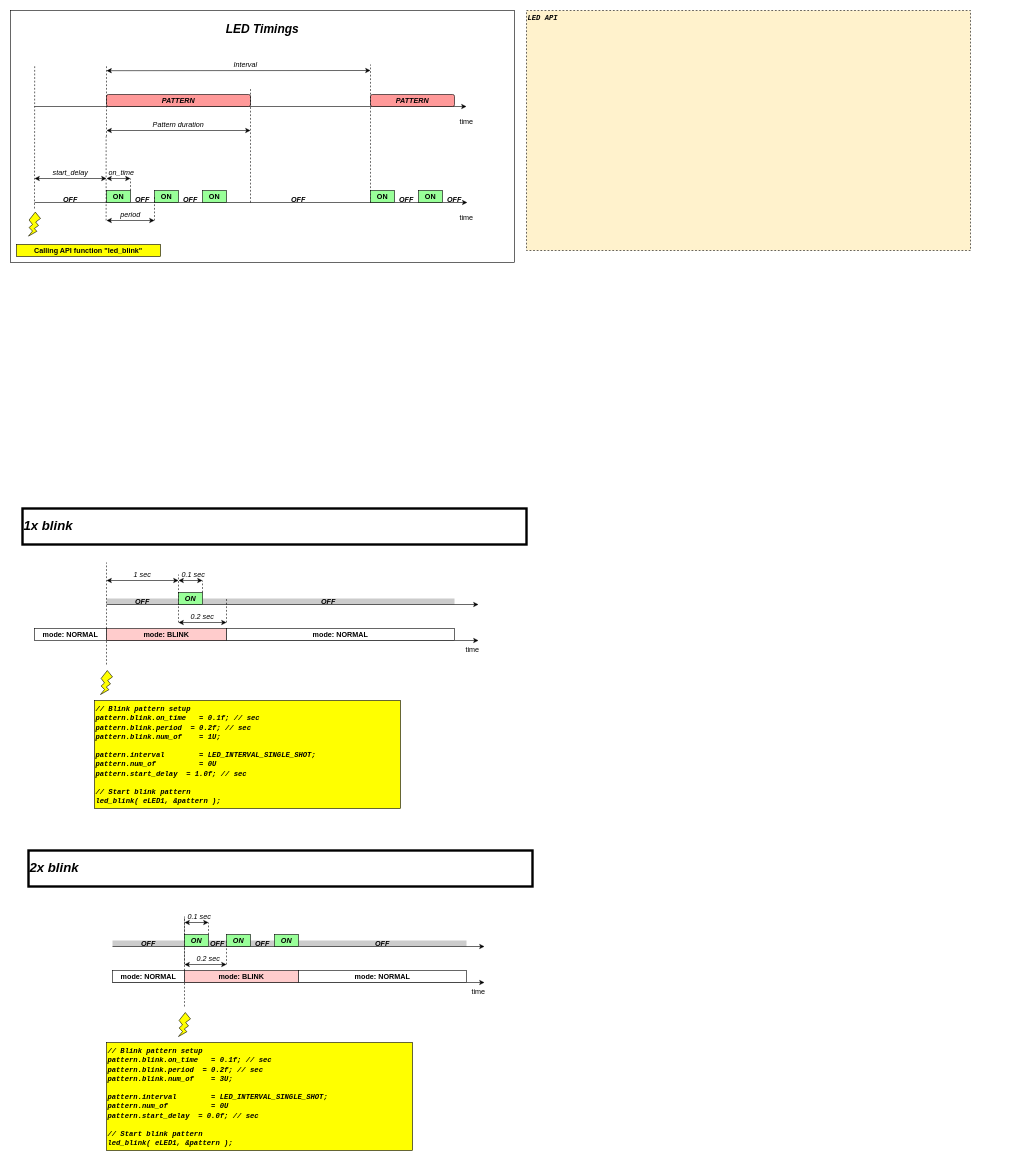
Before: doc/led_req.drawio in GeneralEmbeddedCLibraries/led, a draw.io diagram. Source tidied: cells renumbered, new cells numbered last; positions are measured from the earlier drawing's top-left corner, leaving out a move shared by most shapes. Both pictures are drawn from the tidied source at 60%, with x=0, y=0 at pixel (10, 10).
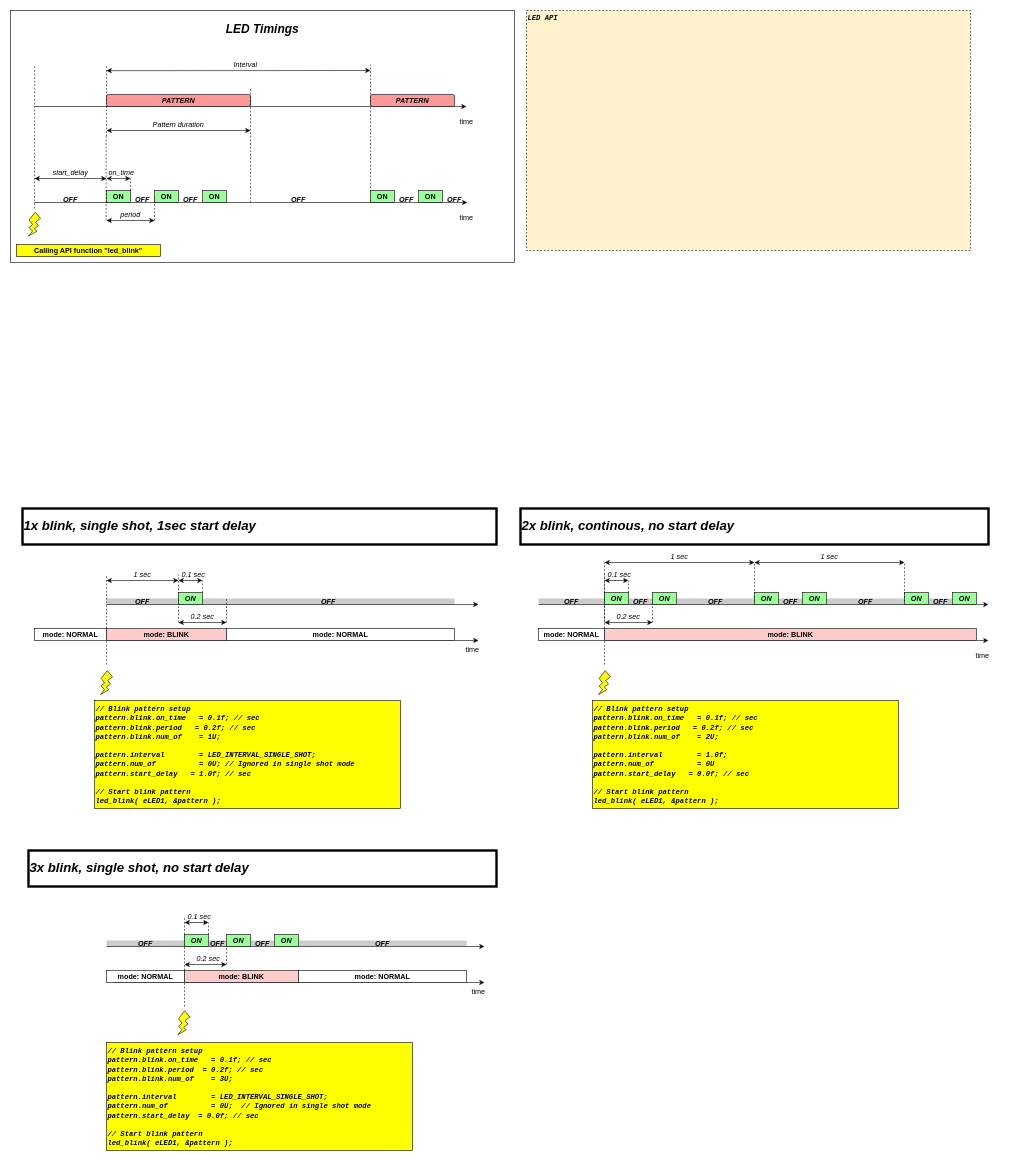
Above is the later version.

Commit message:
- added drawio concept of new LED implementation

What changed in the source:
```diff
@@
+    <mxCell id="87" value="&lt;b&gt;&lt;i&gt;OFF&lt;/i&gt;&lt;/b&gt;" style="text;html=1;strokeColor=none;fillColor=#CCCCCC;align=center;verticalAlign=middle;whiteSpace=wrap;rounded=0;" parent="1" vertex="1">
+      <mxGeometry x="1280" y="980" width="40" height="10" as="geometry" />
+    </mxCell>
+    <mxCell id="88" value="&lt;b&gt;&lt;i&gt;OFF&lt;/i&gt;&lt;/b&gt;" style="text;html=1;strokeColor=none;fillColor=#CCCCCC;align=center;verticalAlign=middle;whiteSpace=wrap;rounded=0;" parent="1" vertex="1">
+      <mxGeometry x="1360" y="980" width="130" height="10" as="geometry" />
+    </mxCell>
+    <mxCell id="89" value="&lt;b&gt;&lt;i&gt;OFF&lt;/i&gt;&lt;/b&gt;" style="text;html=1;strokeColor=none;fillColor=#CCCCCC;align=center;verticalAlign=middle;whiteSpace=wrap;rounded=0;" parent="1" vertex="1">
+      <mxGeometry x="1530" y="980" width="40" height="10" as="geometry" />
+    </mxCell>
+    <mxCell id="90" value="&lt;b&gt;&lt;i&gt;OFF&lt;/i&gt;&lt;/b&gt;" style="text;html=1;strokeColor=none;fillColor=#CCCCCC;align=center;verticalAlign=middle;whiteSpace=wrap;rounded=0;" parent="1" vertex="1">
+      <mxGeometry x="1030" y="980" width="40" height="10" as="geometry" />
+    </mxCell>
+    <mxCell id="91" value="&lt;b&gt;&lt;i&gt;OFF&lt;/i&gt;&lt;/b&gt;" style="text;html=1;strokeColor=none;fillColor=#CCCCCC;align=center;verticalAlign=middle;whiteSpace=wrap;rounded=0;" parent="1" vertex="1">
+      <mxGeometry x="1110" y="980" width="130" height="10" as="geometry" />
+    </mxCell>
     <mxCell id="2" value="&lt;b&gt;&lt;i&gt;OFF&lt;/i&gt;&lt;/b&gt;" style="text;html=1;strokeColor=none;fillColor=#CCCCCC;align=center;verticalAlign=middle;whiteSpace=wrap;rounded=0;" parent="1" vertex="1">
-      <mxGeometry x="170" y="1550" width="120" height="10" as="geometry" />
+      <mxGeometry x="160" y="1550" width="130" height="10" as="geometry" />
     </mxCell>
@@
     <mxCell id="55" style="endArrow=none;dashed=1;html=1;rounded=0;" parent="1" edge="1">
       <mxGeometry relative="1" as="geometry">
         <mxPoint x="160" y="1090" as="sourcePoint" />
-        <mxPoint x="160" y="920" as="targetPoint" />
+        <mxPoint x="160" y="940" as="targetPoint" />
       </mxGeometry>
     </mxCell>
-    <mxCell id="56" value="&lt;i&gt;&lt;font face=&quot;Courier New&quot;&gt;// Blink pattern setup&lt;br&gt;pattern.blink.on_time&amp;nbsp; &lt;span style=&quot;white-space: pre;&quot;&gt; &lt;/span&gt;= 0.1f;&lt;span style=&quot;&quot;&gt; &lt;/span&gt;// sec&lt;br&gt;pattern.blink.period &lt;span style=&quot;white-space: pre;&quot;&gt; &lt;/span&gt;= 0.2f;&lt;span style=&quot;&quot;&gt; &lt;/span&gt;// sec&lt;br&gt;pattern.blink.num_of&amp;nbsp; &amp;nbsp;&lt;span style=&quot;white-space: pre;&quot;&gt; &lt;/span&gt;= 1U;&lt;br&gt;&lt;br&gt;pattern.interval&amp;nbsp; &amp;nbsp; &amp;nbsp; &amp;nbsp; = LED_INTERVAL_SINGLE_SHOT;&lt;span style=&quot;&quot;&gt; &lt;/span&gt;&lt;br&gt;pattern.num_of&amp;nbsp; &amp;nbsp; &amp;nbsp; &amp;nbsp; &amp;nbsp; = 0U&lt;br&gt;pattern.start_delay&amp;nbsp;&lt;span style=&quot;white-space: pre;&quot;&gt; &lt;/span&gt;= 1.0f;&lt;span style=&quot;white-space: pre;&quot;&gt; &lt;/span&gt;// sec&lt;br&gt;&lt;br&gt;// Start blink pattern&lt;br&gt;led_blink( eLED1, &amp;amp;pattern );&lt;/font&gt;&lt;/i&gt;" style="text;html=1;strokeColor=default;fillColor=#FFFF00;align=left;verticalAlign=top;whiteSpace=wrap;rounded=0;strokeWidth=1;fontStyle=1;" parent="1" vertex="1">
+    <mxCell id="56" value="&lt;i&gt;&lt;font face=&quot;Courier New&quot;&gt;// Blink pattern setup&lt;br&gt;pattern.blink.on_time&amp;nbsp; &lt;span style=&quot;white-space: pre;&quot;&gt; &lt;/span&gt;= 0.1f;&lt;span style=&quot;&quot;&gt; &lt;/span&gt;// sec&lt;br&gt;pattern.blink.period &lt;span style=&quot;white-space: pre;&quot;&gt; &lt;span style=&quot;white-space: pre;&quot;&gt; &lt;/span&gt;&lt;/span&gt;= 0.2f;&lt;span style=&quot;&quot;&gt; &lt;/span&gt;// sec&lt;br&gt;pattern.blink.num_of&amp;nbsp; &amp;nbsp;&lt;span style=&quot;white-space: pre;&quot;&gt; &lt;/span&gt;= 1U;&lt;br&gt;&lt;br&gt;pattern.interval&amp;nbsp; &amp;nbsp; &amp;nbsp; &amp;nbsp; = LED_INTERVAL_SINGLE_SHOT;&lt;span style=&quot;&quot;&gt; &lt;/span&gt;&lt;br&gt;pattern.num_of&amp;nbsp; &amp;nbsp; &amp;nbsp; &amp;nbsp; &amp;nbsp; = 0U;&lt;span style=&quot;white-space: pre;&quot;&gt; &lt;/span&gt;// Ignored in single shot mode&lt;br&gt;pattern.start_delay&amp;nbsp;&lt;span style=&quot;white-space: pre;&quot;&gt; &lt;span style=&quot;white-space: pre;&quot;&gt; &lt;/span&gt;&lt;/span&gt;= 1.0f;&lt;span style=&quot;white-space: pre;&quot;&gt; &lt;/span&gt;// sec&lt;br&gt;&lt;br&gt;// Start blink pattern&lt;br&gt;led_blink( eLED1, &amp;amp;pattern );&lt;/font&gt;&lt;/i&gt;" style="text;html=1;strokeColor=default;fillColor=#FFFF00;align=left;verticalAlign=top;whiteSpace=wrap;rounded=0;strokeWidth=1;fontStyle=1;" parent="1" vertex="1">
       <mxGeometry x="140" y="1150" width="510" height="180" as="geometry" />
     </mxCell>
@@
-    <mxCell id="60" value="1x blink" style="text;html=1;strokeColor=default;fillColor=default;align=left;verticalAlign=middle;whiteSpace=wrap;rounded=0;fontStyle=3;fontSize=22;strokeWidth=4;" parent="1" vertex="1">
-      <mxGeometry x="20" y="830" width="840" height="60" as="geometry" />
+    <mxCell id="60" value="1x blink, single shot, 1sec start delay" style="text;html=1;strokeColor=default;fillColor=default;align=left;verticalAlign=middle;whiteSpace=wrap;rounded=0;fontStyle=3;fontSize=22;strokeWidth=4;" parent="1" vertex="1">
+      <mxGeometry x="20" y="830" width="790" height="60" as="geometry" />
     </mxCell>
@@
     <mxCell id="67" style="endArrow=classic;html=1;rounded=0;" parent="1" edge="1">
       <mxGeometry relative="1" as="geometry">
-        <mxPoint x="170" y="1560" as="sourcePoint" />
+        <mxPoint x="160" y="1560" as="sourcePoint" />
         <mxPoint x="790" y="1560" as="targetPoint" />
       </mxGeometry>
     </mxCell>
     <mxCell id="68" style="endArrow=none;dashed=1;html=1;rounded=0;" parent="1" edge="1">
       <mxGeometry relative="1" as="geometry">
-        <mxPoint x="290" y="1590" as="sourcePoint" />
+        <mxPoint x="290" y="1660" as="sourcePoint" />
         <mxPoint x="290" y="1510" as="targetPoint" />
       </mxGeometry>
     </mxCell>
@@
     <mxCell id="75" style="verticalLabelPosition=bottom;verticalAlign=top;html=1;shape=mxgraph.basic.flash;fillColor=#FFFF00;" parent="1" vertex="1">
-      <mxGeometry x="280" y="1670" width="20" height="40" as="geometry" />
+      <mxGeometry x="279" y="1667" width="20" height="40" as="geometry" />
     </mxCell>
-    <mxCell id="76" style="endArrow=none;dashed=1;html=1;rounded=0;" parent="1" edge="1">
-      <mxGeometry relative="1" as="geometry">
-        <mxPoint x="290" y="1660" as="sourcePoint" />
-        <mxPoint x="290" y="1510" as="targetPoint" />
-      </mxGeometry>
-    </mxCell>
-    <mxCell id="77" value="&lt;i&gt;&lt;font face=&quot;Courier New&quot;&gt;// Blink pattern setup&lt;br&gt;pattern.blink.on_time&amp;nbsp; &lt;span style=&quot;white-space: pre;&quot;&gt; &lt;/span&gt;= 0.1f;&lt;span style=&quot;&quot;&gt; &lt;/span&gt;// sec&lt;br&gt;pattern.blink.period &lt;span style=&quot;white-space: pre;&quot;&gt; &lt;/span&gt;= 0.2f;&lt;span style=&quot;&quot;&gt; &lt;/span&gt;// sec&lt;br&gt;pattern.blink.num_of&amp;nbsp; &amp;nbsp;&lt;span style=&quot;white-space: pre;&quot;&gt; &lt;/span&gt;= 3U;&lt;br&gt;&lt;br&gt;pattern.interval&amp;nbsp; &amp;nbsp; &amp;nbsp; &amp;nbsp; = LED_INTERVAL_SINGLE_SHOT;&lt;span style=&quot;&quot;&gt; &lt;/span&gt;&lt;br&gt;pattern.num_of&amp;nbsp; &amp;nbsp; &amp;nbsp; &amp;nbsp; &amp;nbsp; = 0U&lt;br&gt;pattern.start_delay&amp;nbsp;&lt;span style=&quot;white-space: pre;&quot;&gt; &lt;/span&gt;= 0.0f;&lt;span style=&quot;white-space: pre;&quot;&gt; &lt;/span&gt;// sec&lt;br&gt;&lt;br&gt;// Start blink pattern&lt;br&gt;led_blink( eLED1, &amp;amp;pattern );&lt;/font&gt;&lt;/i&gt;" style="text;html=1;strokeColor=default;fillColor=#FFFF00;align=left;verticalAlign=top;whiteSpace=wrap;rounded=0;strokeWidth=1;fontStyle=1;" parent="1" vertex="1">
+    <mxCell id="77" value="&lt;i&gt;&lt;font face=&quot;Courier New&quot;&gt;// Blink pattern setup&lt;br&gt;pattern.blink.on_time&amp;nbsp; &lt;span style=&quot;white-space: pre;&quot;&gt; &lt;/span&gt;= 0.1f;&lt;span style=&quot;&quot;&gt; &lt;/span&gt;// sec&lt;br&gt;pattern.blink.period &lt;span style=&quot;white-space: pre;&quot;&gt; &lt;/span&gt;= 0.2f;&lt;span style=&quot;&quot;&gt; &lt;/span&gt;// sec&lt;br&gt;pattern.blink.num_of&amp;nbsp; &amp;nbsp;&lt;span style=&quot;&quot;&gt; &lt;/span&gt;= 3U;&lt;br&gt;&lt;br&gt;pattern.interval&amp;nbsp; &amp;nbsp; &amp;nbsp; &amp;nbsp; = LED_INTERVAL_SINGLE_SHOT;&lt;span style=&quot;&quot;&gt; &lt;/span&gt;&lt;br&gt;pattern.num_of&amp;nbsp; &amp;nbsp; &amp;nbsp; &amp;nbsp; &amp;nbsp; = 0U&lt;/font&gt;&lt;/i&gt;&lt;i style=&quot;border-color: var(--border-color);&quot;&gt;&lt;font style=&quot;border-color: var(--border-color);&quot; face=&quot;Courier New&quot;&gt;; &lt;span style=&quot;white-space: pre;&quot;&gt; &lt;/span&gt;// Ignored in single shot mode&lt;/font&gt;&lt;/i&gt;&lt;i&gt;&lt;font face=&quot;Courier New&quot;&gt;&lt;br&gt;pattern.start_delay&amp;nbsp;&lt;span style=&quot;white-space: pre;&quot;&gt; &lt;/span&gt;= 0.0f;&lt;span style=&quot;&quot;&gt; &lt;/span&gt;// sec&lt;br&gt;&lt;br&gt;// Start blink pattern&lt;br&gt;led_blink( eLED1, &amp;amp;pattern );&lt;/font&gt;&lt;/i&gt;" style="text;html=1;strokeColor=default;fillColor=#FFFF00;align=left;verticalAlign=top;whiteSpace=wrap;rounded=0;strokeWidth=1;fontStyle=1;" parent="1" vertex="1">
       <mxGeometry x="160" y="1720" width="510" height="180" as="geometry" />
     </mxCell>
-    <mxCell id="78" value="2x blink" style="text;html=1;strokeColor=default;fillColor=default;align=left;verticalAlign=middle;whiteSpace=wrap;rounded=0;fontStyle=3;fontSize=22;strokeWidth=4;" parent="1" vertex="1">
-      <mxGeometry x="30" y="1400" width="840" height="60" as="geometry" />
+    <mxCell id="78" value="3x blink, single shot, no start delay" style="text;html=1;strokeColor=default;fillColor=default;align=left;verticalAlign=middle;whiteSpace=wrap;rounded=0;fontStyle=3;fontSize=22;strokeWidth=4;" parent="1" vertex="1">
+      <mxGeometry x="30" y="1400" width="780" height="60" as="geometry" />
     </mxCell>
@@
     <mxCell id="83" value="mode: NORMAL" style="rounded=0;whiteSpace=wrap;html=1;fontStyle=1;" parent="1" vertex="1">
-      <mxGeometry x="170" y="1600" width="120" height="20" as="geometry" />
+      <mxGeometry x="160" y="1600" width="130" height="20" as="geometry" />
     </mxCell>
@@
+    <mxCell id="92" value="&lt;b&gt;&lt;i&gt;OFF&lt;/i&gt;&lt;/b&gt;" style="text;html=1;strokeColor=none;fillColor=#CCCCCC;align=center;verticalAlign=middle;whiteSpace=wrap;rounded=0;" parent="1" vertex="1">
+      <mxGeometry x="880" y="980" width="110" height="10" as="geometry" />
+    </mxCell>
+    <mxCell id="93" style="endArrow=classic;html=1;rounded=0;exitX=0;exitY=1;exitDx=0;exitDy=0;" parent="1" edge="1" source="92">
+      <mxGeometry relative="1" as="geometry">
+        <mxPoint x="1630" y="990" as="targetPoint" />
+      </mxGeometry>
+    </mxCell>
+    <mxCell id="94" style="endArrow=none;dashed=1;html=1;rounded=0;" parent="1" edge="1">
+      <mxGeometry relative="1" as="geometry">
+        <mxPoint x="990" y="1020" as="sourcePoint" />
+        <mxPoint x="990" y="940" as="targetPoint" />
+      </mxGeometry>
+    </mxCell>
+    <mxCell id="95" style="endArrow=classic;startArrow=classic;html=1;rounded=0;" parent="1" edge="1">
+      <mxGeometry relative="1" as="geometry">
+        <mxPoint x="990" y="950" as="sourcePoint" />
+        <mxPoint x="1030" y="950" as="targetPoint" />
+      </mxGeometry>
+    </mxCell>
+    <mxCell id="96" style="endArrow=none;dashed=1;html=1;rounded=0;" parent="1" edge="1">
+      <mxGeometry relative="1" as="geometry">
+        <mxPoint x="1030" y="970" as="sourcePoint" />
+        <mxPoint x="1030" y="950" as="targetPoint" />
+      </mxGeometry>
+    </mxCell>
+    <mxCell id="97" value="0.1 sec" style="text;html=1;strokeColor=none;fillColor=none;align=center;verticalAlign=middle;whiteSpace=wrap;rounded=0;fontStyle=2;" parent="1" vertex="1">
+      <mxGeometry x="990" y="930" width="50" height="20" as="geometry" />
+    </mxCell>
+    <mxCell id="98" style="endArrow=classic;startArrow=classic;html=1;rounded=0;" parent="1" edge="1">
+      <mxGeometry relative="1" as="geometry">
+        <mxPoint x="990" y="1020" as="sourcePoint" />
+        <mxPoint x="1070" y="1020" as="targetPoint" />
+      </mxGeometry>
+    </mxCell>
+    <mxCell id="99" style="endArrow=none;dashed=1;html=1;rounded=0;" parent="1" edge="1">
+      <mxGeometry relative="1" as="geometry">
+        <mxPoint x="1070" y="1020" as="sourcePoint" />
+        <mxPoint x="1070" y="980" as="targetPoint" />
+      </mxGeometry>
+    </mxCell>
+    <mxCell id="100" value="0.2 sec" style="text;html=1;strokeColor=none;fillColor=none;align=center;verticalAlign=middle;whiteSpace=wrap;rounded=0;fontStyle=2;" parent="1" vertex="1">
+      <mxGeometry x="1005" y="1006" width="50" height="10" as="geometry" />
+    </mxCell>
+    <mxCell id="101" style="verticalLabelPosition=bottom;verticalAlign=top;html=1;shape=mxgraph.basic.flash;fillColor=#FFFF00;" parent="1" vertex="1">
+      <mxGeometry x="980" y="1100" width="20" height="40" as="geometry" />
+    </mxCell>
+    <mxCell id="102" style="endArrow=none;dashed=1;html=1;rounded=0;" parent="1" edge="1">
+      <mxGeometry relative="1" as="geometry">
+        <mxPoint x="990" y="1090" as="sourcePoint" />
+        <mxPoint x="990" y="920" as="targetPoint" />
+      </mxGeometry>
+    </mxCell>
+    <mxCell id="103" value="&lt;i&gt;&lt;font face=&quot;Courier New&quot;&gt;// Blink pattern setup&lt;br&gt;pattern.blink.on_time&amp;nbsp; &lt;span style=&quot;white-space: pre;&quot;&gt; &lt;/span&gt;= 0.1f;&lt;span style=&quot;&quot;&gt; &lt;/span&gt;// sec&lt;br&gt;pattern.blink.period &lt;span style=&quot;white-space: pre;&quot;&gt; &lt;span style=&quot;white-space: pre;&quot;&gt; &lt;/span&gt;&lt;/span&gt;= 0.2f;&lt;span style=&quot;&quot;&gt; &lt;/span&gt;// sec&lt;br&gt;pattern.blink.num_of&amp;nbsp; &amp;nbsp;&lt;span style=&quot;white-space: pre;&quot;&gt; &lt;/span&gt;= 2U;&lt;br&gt;&lt;br&gt;pattern.interval&amp;nbsp; &amp;nbsp; &amp;nbsp; &amp;nbsp; = 1.0f;&lt;span style=&quot;&quot;&gt; &lt;/span&gt;&lt;br&gt;pattern.num_of&amp;nbsp; &amp;nbsp; &amp;nbsp; &amp;nbsp; &amp;nbsp; = 0U&lt;br&gt;pattern.start_delay&amp;nbsp;&lt;span style=&quot;white-space: pre;&quot;&gt; &lt;span style=&quot;white-space: pre;&quot;&gt; &lt;/span&gt;&lt;/span&gt;= 0.0f;&lt;span style=&quot;white-space: pre;&quot;&gt; &lt;/span&gt;// sec&lt;br&gt;&lt;br&gt;// Start blink pattern&lt;br&gt;led_blink( eLED1, &amp;amp;pattern );&lt;/font&gt;&lt;/i&gt;" style="text;html=1;strokeColor=default;fillColor=#FFFF00;align=left;verticalAlign=top;whiteSpace=wrap;rounded=0;strokeWidth=1;fontStyle=1;" parent="1" vertex="1">
+      <mxGeometry x="970" y="1150" width="510" height="180" as="geometry" />
+    </mxCell>
+    <mxCell id="104" value="2x blink, continous, no start delay" style="text;html=1;strokeColor=default;fillColor=default;align=left;verticalAlign=middle;whiteSpace=wrap;rounded=0;fontStyle=3;fontSize=22;strokeWidth=4;" parent="1" vertex="1">
+      <mxGeometry x="850" y="830" width="780" height="60" as="geometry" />
+    </mxCell>
+    <mxCell id="105" value="ON" style="rounded=0;whiteSpace=wrap;html=1;fontStyle=3;fillColor=#99FF99;" parent="1" vertex="1">
+      <mxGeometry x="990" y="970" width="40" height="20" as="geometry" />
+    </mxCell>
+    <mxCell id="106" style="endArrow=classic;html=1;rounded=0;" parent="1" edge="1">
+      <mxGeometry relative="1" as="geometry">
+        <mxPoint x="990" y="1050" as="sourcePoint" />
+        <mxPoint x="1630" y="1050" as="targetPoint" />
+      </mxGeometry>
+    </mxCell>
+    <mxCell id="107" value="mode: BLINK" style="rounded=0;whiteSpace=wrap;html=1;fontStyle=1;fillColor=#FFCCCC;" parent="1" vertex="1">
+      <mxGeometry x="990" y="1030" width="620" height="20" as="geometry" />
+    </mxCell>
+    <mxCell id="108" value="mode: NORMAL" style="rounded=0;whiteSpace=wrap;html=1;fontStyle=1;" parent="1" vertex="1">
+      <mxGeometry x="880" y="1030" width="110" height="20" as="geometry" />
+    </mxCell>
+    <mxCell id="109" value="time" style="text;html=1;strokeColor=none;fillColor=none;align=center;verticalAlign=middle;whiteSpace=wrap;rounded=0;" parent="1" vertex="1">
+      <mxGeometry x="1590" y="1060" width="60" height="30" as="geometry" />
+    </mxCell>
+    <mxCell id="110" value="ON" style="rounded=0;whiteSpace=wrap;html=1;fontStyle=3;fillColor=#99FF99;" parent="1" vertex="1">
+      <mxGeometry x="1070" y="970" width="40" height="20" as="geometry" />
+    </mxCell>
+    <mxCell id="111" value="ON" style="rounded=0;whiteSpace=wrap;html=1;fontStyle=3;fillColor=#99FF99;" parent="1" vertex="1">
+      <mxGeometry x="1240" y="970" width="40" height="20" as="geometry" />
+    </mxCell>
+    <mxCell id="112" value="ON" style="rounded=0;whiteSpace=wrap;html=1;fontStyle=3;fillColor=#99FF99;" parent="1" vertex="1">
+      <mxGeometry x="1320" y="970" width="40" height="20" as="geometry" />
+    </mxCell>
+    <mxCell id="113" style="endArrow=none;dashed=1;html=1;rounded=0;exitX=0;exitY=0.75;exitDx=0;exitDy=0;" parent="1" edge="1" source="111">
+      <mxGeometry relative="1" as="geometry">
+        <mxPoint x="1240" y="920" as="targetPoint" />
+      </mxGeometry>
+    </mxCell>
+    <mxCell id="114" style="endArrow=classic;startArrow=classic;html=1;rounded=0;" parent="1" edge="1">
+      <mxGeometry relative="1" as="geometry">
+        <mxPoint x="990" y="920" as="sourcePoint" />
+        <mxPoint x="1240" y="920" as="targetPoint" />
+      </mxGeometry>
+    </mxCell>
+    <mxCell id="115" value="1 sec" style="text;html=1;strokeColor=none;fillColor=none;align=center;verticalAlign=middle;whiteSpace=wrap;rounded=0;fontStyle=2;" parent="1" vertex="1">
+      <mxGeometry x="990" y="900" width="250" height="20" as="geometry" />
+    </mxCell>
+    <mxCell id="116" style="endArrow=classic;startArrow=classic;html=1;rounded=0;" parent="1" edge="1">
+      <mxGeometry relative="1" as="geometry">
+        <mxPoint x="1240" y="920" as="sourcePoint" />
+        <mxPoint x="1490" y="920" as="targetPoint" />
+      </mxGeometry>
+    </mxCell>
+    <mxCell id="117" value="ON" style="rounded=0;whiteSpace=wrap;html=1;fontStyle=3;fillColor=#99FF99;" parent="1" vertex="1">
+      <mxGeometry x="1490" y="970" width="40" height="20" as="geometry" />
+    </mxCell>
+    <mxCell id="118" value="ON" style="rounded=0;whiteSpace=wrap;html=1;fontStyle=3;fillColor=#99FF99;" parent="1" vertex="1">
+      <mxGeometry x="1570" y="970" width="40" height="20" as="geometry" />
+    </mxCell>
+    <mxCell id="119" style="endArrow=none;dashed=1;html=1;rounded=0;exitX=0;exitY=0.75;exitDx=0;exitDy=0;" parent="1" edge="1">
+      <mxGeometry relative="1" as="geometry">
+        <mxPoint x="1490" y="985" as="sourcePoint" />
+        <mxPoint x="1490" y="920" as="targetPoint" />
+      </mxGeometry>
+    </mxCell>
+    <mxCell id="120" value="1 sec" style="text;html=1;strokeColor=none;fillColor=none;align=center;verticalAlign=middle;whiteSpace=wrap;rounded=0;fontStyle=2;" parent="1" vertex="1">
+      <mxGeometry x="1240" y="900" width="250" height="20" as="geometry" />
+    </mxCell>
```
